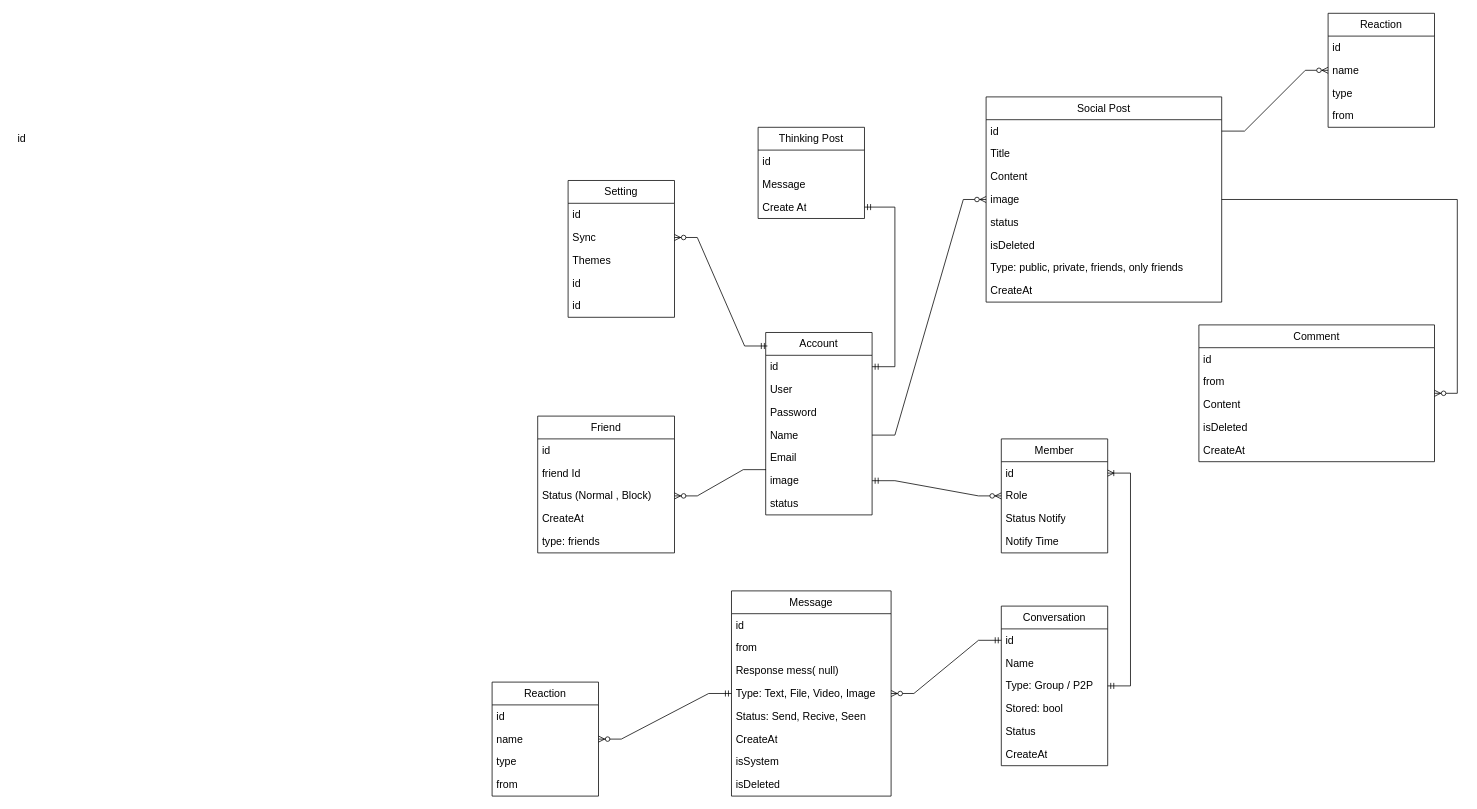
The draw.io diagram page "Database" (1 of 2) of Description/Design.drawio in KTPx4/SpringBoot_ChatWeb, before the edit. Source tidied: cells renumbered, new cells numbered last; positions are measured from the earlier drawing's top-left corner, leaving out a move shared by most shapes. Both pictures are drawn from the tidied source at 76%, with x=0, y=0 at pixel (13, 13).
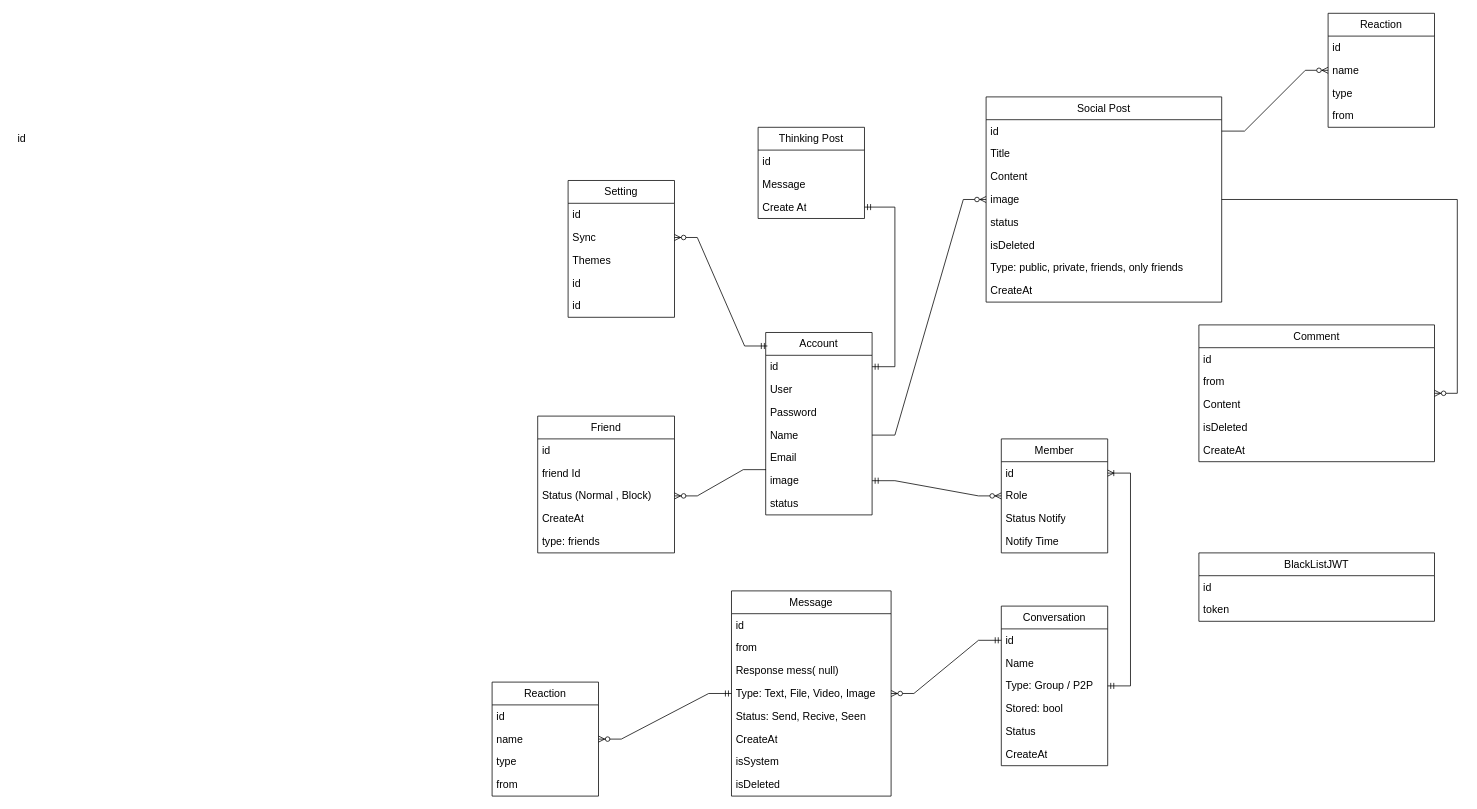
After the change.

What changed in the source:
```diff
@@
+    <mxCell id="83" value="BlackListJWT" style="swimlane;fontStyle=0;horizontal=1;startSize=30;whiteSpace=wrap;html=1;fontSize=14;" parent="1" vertex="1">
+      <mxGeometry x="1560" y="710" width="310" height="90" as="geometry" />
+    </mxCell>
+    <mxCell id="84" value="id" style="text;strokeColor=none;fillColor=none;align=left;verticalAlign=middle;spacingLeft=4;spacingRight=4;overflow=hidden;whiteSpace=wrap;html=1;fontSize=14;" parent="83" vertex="1">
+      <mxGeometry y="30" width="310" height="30" as="geometry" />
+    </mxCell>
+    <mxCell id="85" value="token" style="text;strokeColor=none;fillColor=none;align=left;verticalAlign=middle;spacingLeft=4;spacingRight=4;overflow=hidden;whiteSpace=wrap;html=1;fontSize=14;" parent="83" vertex="1">
+      <mxGeometry y="60" width="310" height="30" as="geometry" />
+    </mxCell>
```
